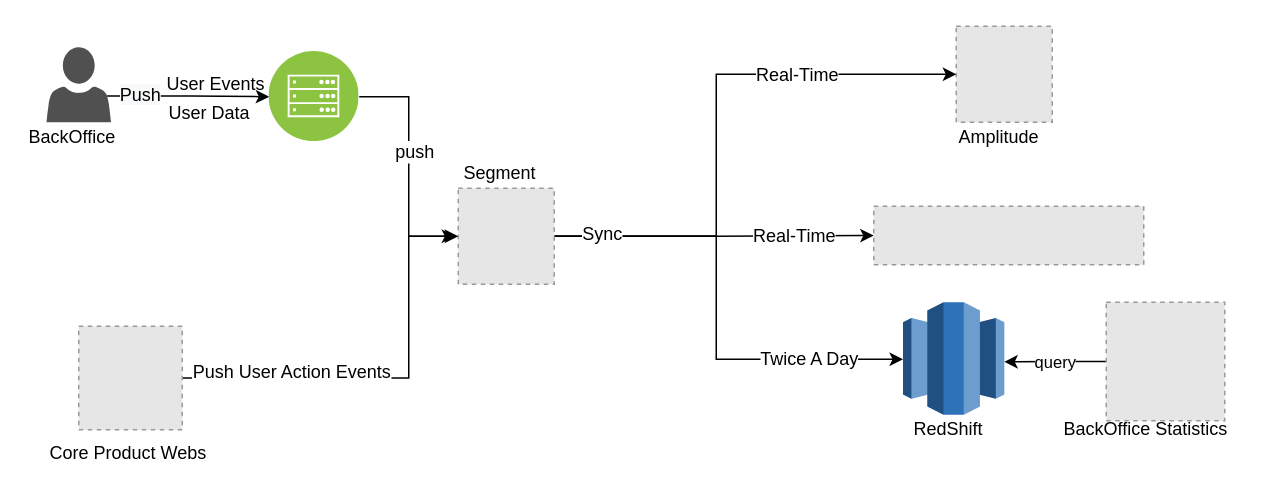
The draw.io diagram BuryPoint Data Flow.drawio in yindongjun/gangzhang.github.io, before the edit. Source tidied: cells renumbered, new cells numbered last; positions are measured from the earlier drawing's top-left corner, leaving out a move shared by most shapes. Both pictures are drawn from the tidied source at 150%, with x=0, y=0 at pixel (26, 26). Pictures stored in the file or linked from it are replaced by grey dashed boxes.
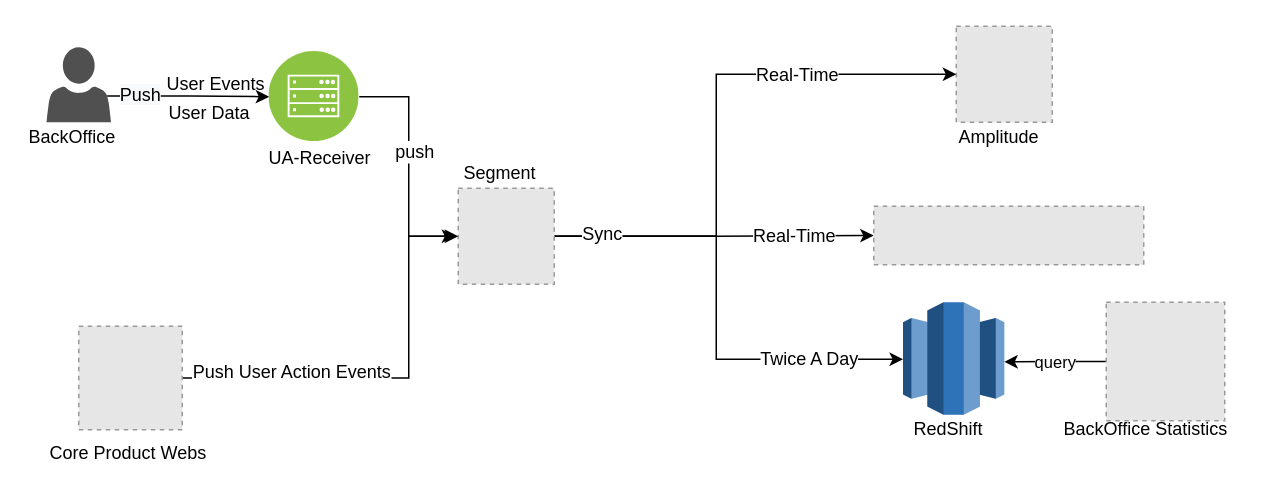
The same page after the edit.

The edit, as a diff of the source:
```diff
@@
+    <mxCell id="32" value="UA-Receiver" style="text;html=1;align=left;verticalAlign=top;spacingTop=-4;" parent="1" vertex="1">
+      <mxGeometry x="160" y="78" width="80" height="20" as="geometry" />
+    </mxCell>
```
